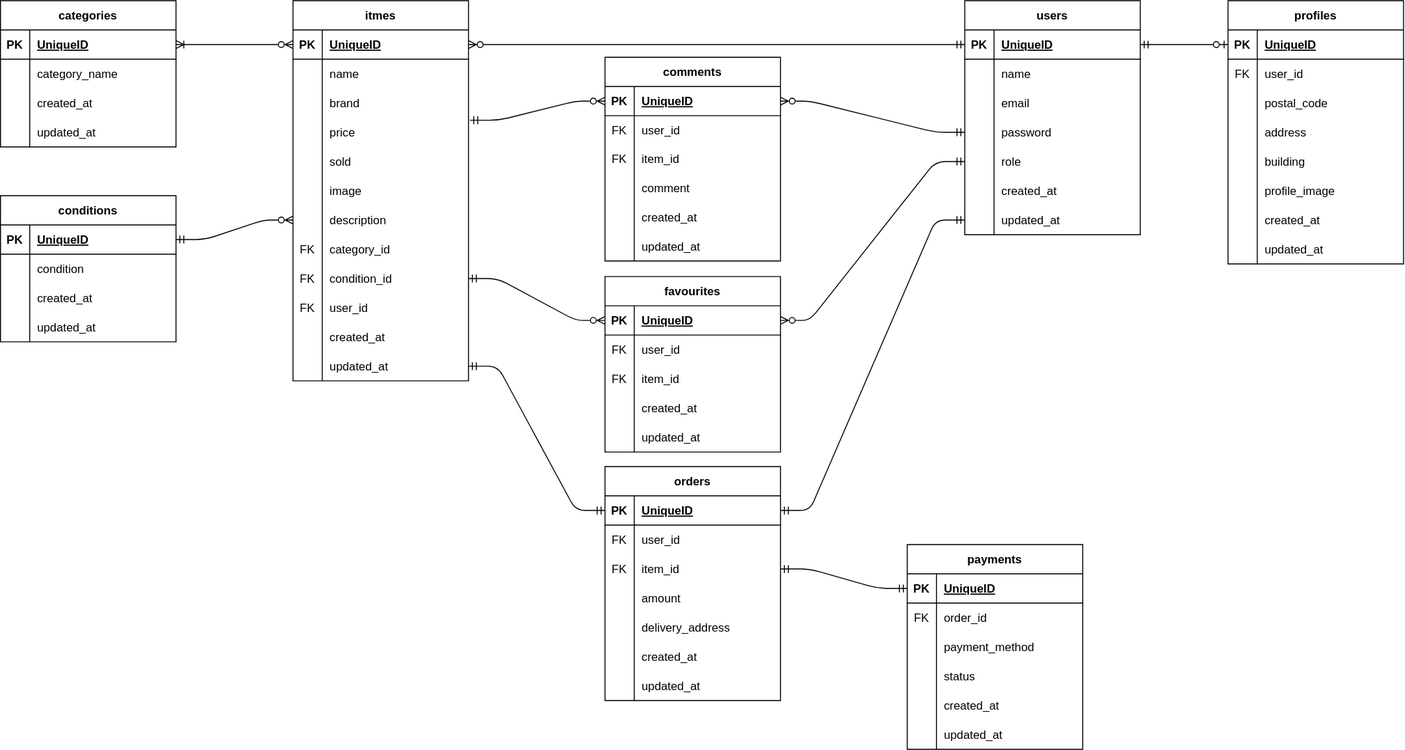
The draw.io diagram index.drawio.svg in MiyokoNakada/20240806_Flea_Market, before a commit. Source tidied: cells renumbered, new cells last; positions are measured from the earlier drawing's top-left corner, leaving out a move shared by most shapes.
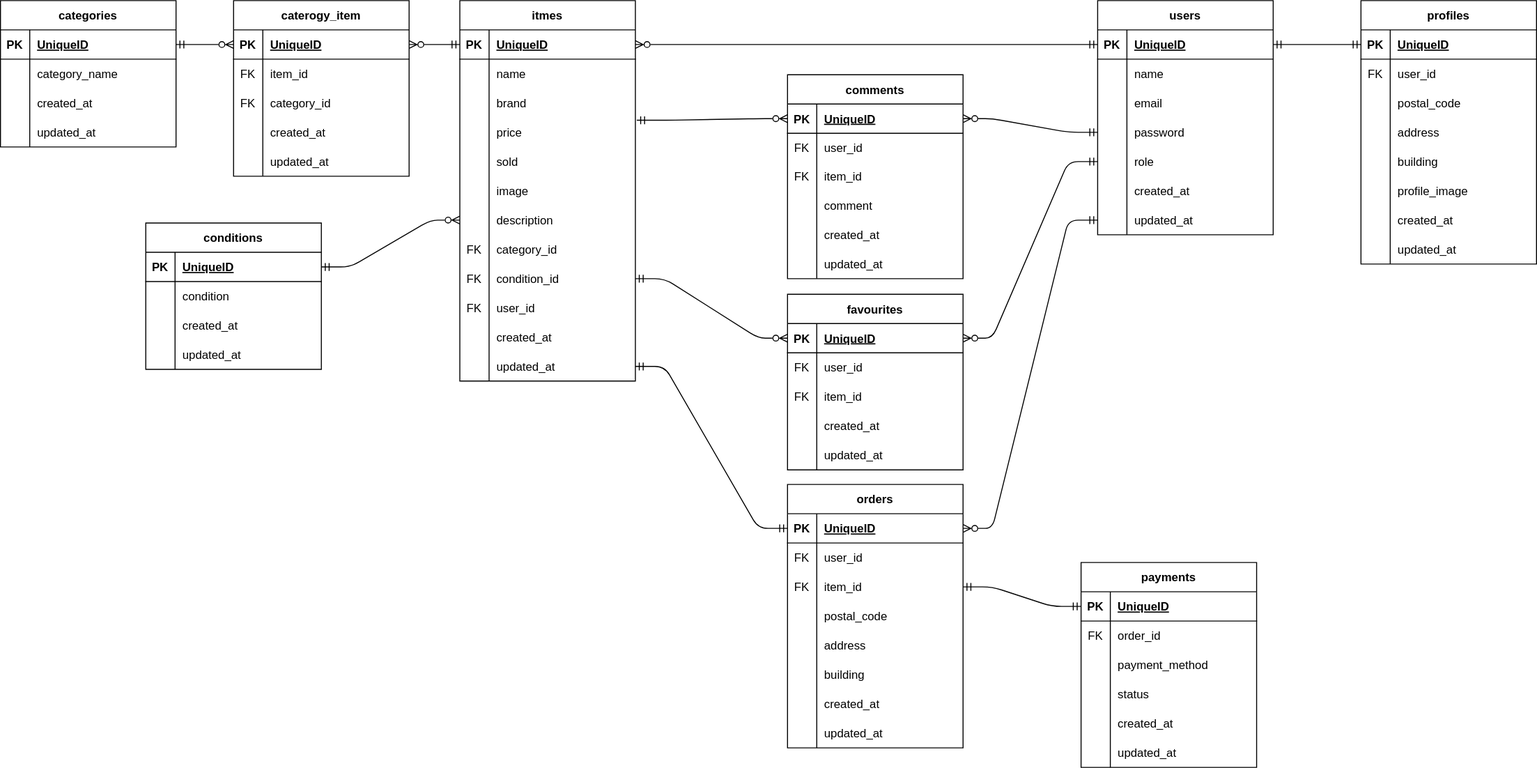
After the commit.

Diff of the diagram source:
```diff
@@ -3,7 +3,7 @@
     <mxCell id="0" />
     <mxCell id="1" parent="0" />
     <mxCell id="2" value="itmes" style="shape=table;startSize=30;rowLines=0;fontStyle=1;align=center;" parent="1" vertex="1">
-      <mxGeometry x="300" width="180" height="390" as="geometry" />
+      <mxGeometry x="335" width="180" height="390" as="geometry" />
     </mxCell>
     <mxCell id="3" style="shape=tableRow;horizontal=0;startSize=0;swimlaneHead=0;swimlaneBody=0;fillColor=none;points=[[0,0.5],[1,0.5]];portConstraint=eastwest;top=0;left=0;right=0;bottom=1;" parent="2" vertex="1">
       <mxGeometry y="30" width="180" height="30" as="geometry" />
@@ -180,7 +180,7 @@
       <mxGeometry x="30" width="150" height="30" as="geometry" />
     </mxCell>
     <mxCell id="61" value="orders" style="shape=table;startSize=30;rowLines=0;fontStyle=1;align=center;" parent="1" vertex="1">
-      <mxGeometry x="620" y="478" width="180" height="240" as="geometry" />
+      <mxGeometry x="671" y="496" width="180" height="270" as="geometry" />
     </mxCell>
     <mxCell id="62" style="shape=tableRow;horizontal=0;startSize=0;swimlaneHead=0;swimlaneBody=0;fillColor=none;points=[[0,0.5],[1,0.5]];portConstraint=eastwest;top=0;left=0;right=0;bottom=1;" parent="61" vertex="1">
       <mxGeometry y="30" width="180" height="30" as="geometry" />
@@ -215,20 +215,29 @@
     <mxCell id="72" style="shape=partialRectangle;fillColor=none;top=0;left=0;bottom=0;right=0;overflow=hidden;" parent="71" vertex="1">
       <mxGeometry width="30" height="30" as="geometry" />
     </mxCell>
-    <mxCell id="73" value="amount" style="shape=partialRectangle;fillColor=none;top=0;left=0;bottom=0;right=0;align=left;spacingLeft=6;overflow=hidden;" parent="71" vertex="1">
+    <mxCell id="73" value="postal_code" style="shape=partialRectangle;fillColor=none;top=0;left=0;bottom=0;right=0;align=left;spacingLeft=6;overflow=hidden;" parent="71" vertex="1">
       <mxGeometry x="30" width="150" height="30" as="geometry" />
     </mxCell>
+    <mxCell id="199" style="shape=tableRow;horizontal=0;startSize=0;swimlaneHead=0;swimlaneBody=0;fillColor=none;top=0;left=0;right=0;bottom=0;" parent="61" vertex="1">
+      <mxGeometry y="150" width="180" height="30" as="geometry" />
+    </mxCell>
+    <mxCell id="200" style="shape=partialRectangle;fillColor=none;top=0;left=0;bottom=0;right=0;overflow=hidden;" parent="199" vertex="1">
+      <mxGeometry width="30" height="30" as="geometry" />
+    </mxCell>
+    <mxCell id="201" value="address" style="shape=partialRectangle;fillColor=none;top=0;left=0;bottom=0;right=0;align=left;spacingLeft=6;overflow=hidden;" parent="199" vertex="1">
+      <mxGeometry x="30" width="150" height="30" as="geometry" />
+    </mxCell>
     <mxCell id="74" style="shape=tableRow;horizontal=0;startSize=0;swimlaneHead=0;swimlaneBody=0;fillColor=none;top=0;left=0;right=0;bottom=0;" parent="61" vertex="1">
-      <mxGeometry y="150" width="180" height="30" as="geometry" />
+      <mxGeometry y="180" width="180" height="30" as="geometry" />
     </mxCell>
     <mxCell id="75" style="shape=partialRectangle;fillColor=none;top=0;left=0;bottom=0;right=0;overflow=hidden;" parent="74" vertex="1">
       <mxGeometry width="30" height="30" as="geometry" />
     </mxCell>
-    <mxCell id="76" value="delivery_address" style="shape=partialRectangle;fillColor=none;top=0;left=0;bottom=0;right=0;align=left;spacingLeft=6;overflow=hidden;" parent="74" vertex="1">
+    <mxCell id="76" value="building" style="shape=partialRectangle;fillColor=none;top=0;left=0;bottom=0;right=0;align=left;spacingLeft=6;overflow=hidden;" parent="74" vertex="1">
       <mxGeometry x="30" width="150" height="30" as="geometry" />
     </mxCell>
     <mxCell id="77" style="shape=tableRow;horizontal=0;startSize=0;swimlaneHead=0;swimlaneBody=0;fillColor=none;top=0;left=0;right=0;bottom=0;" parent="61" vertex="1">
-      <mxGeometry y="180" width="180" height="30" as="geometry" />
+      <mxGeometry y="210" width="180" height="30" as="geometry" />
     </mxCell>
     <mxCell id="78" style="shape=partialRectangle;fillColor=none;top=0;left=0;bottom=0;right=0;overflow=hidden;" parent="77" vertex="1">
       <mxGeometry width="30" height="30" as="geometry" />
@@ -237,7 +246,7 @@
       <mxGeometry x="30" width="150" height="30" as="geometry" />
     </mxCell>
     <mxCell id="80" style="shape=tableRow;horizontal=0;startSize=0;swimlaneHead=0;swimlaneBody=0;fillColor=none;top=0;left=0;right=0;bottom=0;" parent="61" vertex="1">
-      <mxGeometry y="210" width="180" height="30" as="geometry" />
+      <mxGeometry y="240" width="180" height="30" as="geometry" />
     </mxCell>
     <mxCell id="81" style="shape=partialRectangle;fillColor=none;top=0;left=0;bottom=0;right=0;overflow=hidden;" parent="80" vertex="1">
       <mxGeometry width="30" height="30" as="geometry" />
@@ -246,7 +255,7 @@
       <mxGeometry x="30" width="150" height="30" as="geometry" />
     </mxCell>
     <mxCell id="83" value="payments" style="shape=table;startSize=30;rowLines=0;fontStyle=1;align=center;" parent="1" vertex="1">
-      <mxGeometry x="930" y="558" width="180" height="210" as="geometry" />
+      <mxGeometry x="972" y="576" width="180" height="210" as="geometry" />
     </mxCell>
     <mxCell id="84" style="shape=tableRow;horizontal=0;startSize=0;swimlaneHead=0;swimlaneBody=0;fillColor=none;points=[[0,0.5],[1,0.5]];portConstraint=eastwest;top=0;left=0;right=0;bottom=1;" parent="83" vertex="1">
       <mxGeometry y="30" width="180" height="30" as="geometry" />
@@ -303,7 +312,7 @@
       <mxGeometry x="30" width="150" height="30" as="geometry" />
     </mxCell>
     <mxCell id="102" value="comments" style="shape=table;startSize=30;rowLines=0;fontStyle=1;align=center;" parent="1" vertex="1">
-      <mxGeometry x="620" y="58" width="180" height="209" as="geometry" />
+      <mxGeometry x="671" y="76" width="180" height="209" as="geometry" />
     </mxCell>
     <mxCell id="103" style="shape=tableRow;horizontal=0;startSize=0;swimlaneHead=0;swimlaneBody=0;fillColor=none;points=[[0,0.5],[1,0.5]];portConstraint=eastwest;top=0;left=0;right=0;bottom=1;" parent="102" vertex="1">
       <mxGeometry y="30" width="180" height="30" as="geometry" />
@@ -359,8 +368,8 @@
     <mxCell id="120" value="updated_at" style="shape=partialRectangle;fillColor=none;top=0;left=0;bottom=0;right=0;align=left;spacingLeft=6;overflow=hidden;" parent="118" vertex="1">
       <mxGeometry x="30" width="150" height="30" as="geometry" />
     </mxCell>
-    <mxCell id="121" value="categories" style="shape=table;startSize=30;rowLines=0;fontStyle=1;align=center;" parent="1" vertex="1">
-      <mxGeometry width="180" height="150" as="geometry" />
+    <mxCell id="121" value="caterogy_item" style="shape=table;startSize=30;rowLines=0;fontStyle=1;align=center;" parent="1" vertex="1">
+      <mxGeometry x="103" width="180" height="180" as="geometry" />
     </mxCell>
     <mxCell id="122" style="shape=tableRow;horizontal=0;startSize=0;swimlaneHead=0;swimlaneBody=0;fillColor=none;points=[[0,0.5],[1,0.5]];portConstraint=eastwest;top=0;left=0;right=0;bottom=1;" parent="121" vertex="1">
       <mxGeometry y="30" width="180" height="30" as="geometry" />
@@ -374,14 +383,23 @@
     <mxCell id="125" style="shape=tableRow;horizontal=0;startSize=0;swimlaneHead=0;swimlaneBody=0;fillColor=none;top=0;left=0;right=0;bottom=0;" parent="121" vertex="1">
       <mxGeometry y="60" width="180" height="30" as="geometry" />
     </mxCell>
-    <mxCell id="126" style="shape=partialRectangle;fillColor=none;top=0;left=0;bottom=0;right=0;overflow=hidden;" parent="125" vertex="1">
+    <mxCell id="126" value="FK" style="shape=partialRectangle;fillColor=none;top=0;left=0;bottom=0;right=0;overflow=hidden;" parent="125" vertex="1">
       <mxGeometry width="30" height="30" as="geometry" />
     </mxCell>
-    <mxCell id="127" value="category_name" style="shape=partialRectangle;fillColor=none;top=0;left=0;bottom=0;right=0;align=left;spacingLeft=6;overflow=hidden;" parent="125" vertex="1">
+    <mxCell id="127" value="item_id" style="shape=partialRectangle;fillColor=none;top=0;left=0;bottom=0;right=0;align=left;spacingLeft=6;overflow=hidden;" parent="125" vertex="1">
       <mxGeometry x="30" width="150" height="30" as="geometry" />
     </mxCell>
+    <mxCell id="202" style="shape=tableRow;horizontal=0;startSize=0;swimlaneHead=0;swimlaneBody=0;fillColor=none;top=0;left=0;right=0;bottom=0;" parent="121" vertex="1">
+      <mxGeometry y="90" width="180" height="30" as="geometry" />
+    </mxCell>
+    <mxCell id="203" value="FK" style="shape=partialRectangle;fillColor=none;top=0;left=0;bottom=0;right=0;overflow=hidden;" parent="202" vertex="1">
+      <mxGeometry width="30" height="30" as="geometry" />
+    </mxCell>
+    <mxCell id="204" value="category_id" style="shape=partialRectangle;fillColor=none;top=0;left=0;bottom=0;right=0;align=left;spacingLeft=6;overflow=hidden;" parent="202" vertex="1">
+      <mxGeometry x="30" width="150" height="30" as="geometry" />
+    </mxCell>
     <mxCell id="128" style="shape=tableRow;horizontal=0;startSize=0;swimlaneHead=0;swimlaneBody=0;fillColor=none;top=0;left=0;right=0;bottom=0;" parent="121" vertex="1">
-      <mxGeometry y="90" width="180" height="30" as="geometry" />
+      <mxGeometry y="120" width="180" height="30" as="geometry" />
     </mxCell>
     <mxCell id="129" style="shape=partialRectangle;fillColor=none;top=0;left=0;bottom=0;right=0;overflow=hidden;" parent="128" vertex="1">
       <mxGeometry width="30" height="30" as="geometry" />
@@ -390,7 +408,7 @@
       <mxGeometry x="30" width="150" height="30" as="geometry" />
     </mxCell>
     <mxCell id="131" style="shape=tableRow;horizontal=0;startSize=0;swimlaneHead=0;swimlaneBody=0;fillColor=none;top=0;left=0;right=0;bottom=0;" parent="121" vertex="1">
-      <mxGeometry y="120" width="180" height="30" as="geometry" />
+      <mxGeometry y="150" width="180" height="30" as="geometry" />
     </mxCell>
     <mxCell id="132" style="shape=partialRectangle;fillColor=none;top=0;left=0;bottom=0;right=0;overflow=hidden;" parent="131" vertex="1">
       <mxGeometry width="30" height="30" as="geometry" />
@@ -399,7 +417,7 @@
       <mxGeometry x="30" width="150" height="30" as="geometry" />
     </mxCell>
     <mxCell id="134" value="conditions" style="shape=table;startSize=30;rowLines=0;fontStyle=1;align=center;" parent="1" vertex="1">
-      <mxGeometry y="200" width="180" height="150" as="geometry" />
+      <mxGeometry x="13" y="228" width="180" height="150" as="geometry" />
     </mxCell>
     <mxCell id="135" style="shape=tableRow;horizontal=0;startSize=0;swimlaneHead=0;swimlaneBody=0;fillColor=none;points=[[0,0.5],[1,0.5]];portConstraint=eastwest;top=0;left=0;right=0;bottom=1;" parent="134" vertex="1">
       <mxGeometry y="30" width="180" height="30" as="geometry" />
@@ -437,7 +455,7 @@
     <mxCell id="146" value="updated_at" style="shape=partialRectangle;fillColor=none;top=0;left=0;bottom=0;right=0;align=left;spacingLeft=6;overflow=hidden;" parent="144" vertex="1">
       <mxGeometry x="30" width="150" height="30" as="geometry" />
     </mxCell>
-    <mxCell id="147" style="edgeStyle=entityRelationEdgeStyle;fontSize=12;html=1;endArrow=ERzeroToMany;startArrow=ERoneToMany;exitX=1;exitY=0.5;exitDx=0;exitDy=0;entryX=0;entryY=0.5;entryDx=0;entryDy=0;startFill=0;endFill=0;" parent="1" edge="1" source="122" target="3">
+    <mxCell id="147" style="edgeStyle=entityRelationEdgeStyle;fontSize=12;html=1;endArrow=ERmandOne;startArrow=ERzeroToMany;exitX=1;exitY=0.5;exitDx=0;exitDy=0;entryX=0;entryY=0.5;entryDx=0;entryDy=0;startFill=0;endFill=0;" parent="1" edge="1" source="122" target="3">
       <mxGeometry relative="1" as="geometry" />
     </mxCell>
     <mxCell id="148" style="edgeStyle=entityRelationEdgeStyle;fontSize=12;html=1;endArrow=ERzeroToMany;startArrow=ERmandOne;exitX=1;exitY=0.5;exitDx=0;exitDy=0;entryX=0;entryY=0.5;entryDx=0;entryDy=0;startFill=0;endFill=0;" parent="1" edge="1" source="135" target="21">
@@ -455,14 +473,14 @@
     <mxCell id="152" style="edgeStyle=entityRelationEdgeStyle;fontSize=12;html=1;endArrow=ERmandOne;startArrow=ERmandOne;exitX=1;exitY=0.5;exitDx=0;exitDy=0;entryX=0;entryY=0.5;entryDx=0;entryDy=0;startFill=0;endFill=0;" parent="1" edge="1" source="36" target="62">
       <mxGeometry relative="1" as="geometry" />
     </mxCell>
-    <mxCell id="153" style="fontSize=12;html=1;endArrow=ERmandOne;startArrow=ERmandOne;exitX=0;exitY=0.5;exitDx=0;exitDy=0;entryX=1;entryY=0.5;entryDx=0;entryDy=0;startFill=0;endFill=0;edgeStyle=entityRelationEdgeStyle;" parent="1" edge="1" source="58" target="62">
+    <mxCell id="153" style="fontSize=12;html=1;endArrow=ERzeroToMany;startArrow=ERmandOne;exitX=0;exitY=0.5;exitDx=0;exitDy=0;entryX=1;entryY=0.5;entryDx=0;entryDy=0;startFill=0;endFill=0;edgeStyle=entityRelationEdgeStyle;" parent="1" edge="1" source="58" target="62">
       <mxGeometry relative="1" as="geometry" />
     </mxCell>
     <mxCell id="154" style="fontSize=12;html=1;endArrow=ERmandOne;startArrow=ERmandOne;exitX=1;exitY=0.5;exitDx=0;exitDy=0;startFill=0;endFill=0;edgeStyle=entityRelationEdgeStyle;elbow=vertical;entryX=0;entryY=0.5;entryDx=0;entryDy=0;" parent="1" edge="1" source="68" target="84">
       <mxGeometry relative="1" as="geometry" />
     </mxCell>
     <mxCell id="155" value="favourites" style="shape=table;startSize=30;rowLines=0;fontStyle=1;align=center;" parent="1" vertex="1">
-      <mxGeometry x="620" y="283" width="180" height="180" as="geometry" />
+      <mxGeometry x="671" y="301" width="180" height="180" as="geometry" />
     </mxCell>
     <mxCell id="156" style="shape=tableRow;horizontal=0;startSize=0;swimlaneHead=0;swimlaneBody=0;fillColor=none;points=[[0,0.5],[1,0.5]];portConstraint=eastwest;top=0;left=0;right=0;bottom=1;" parent="155" vertex="1">
       <mxGeometry y="30" width="180" height="30" as="geometry" />
@@ -590,8 +608,50 @@
     <mxCell id="197" value="updated_at" style="shape=partialRectangle;fillColor=none;top=0;left=0;bottom=0;right=0;align=left;spacingLeft=6;overflow=hidden;" parent="195" vertex="1">
       <mxGeometry x="30" width="150" height="30" as="geometry" />
     </mxCell>
-    <mxCell id="198" style="edgeStyle=entityRelationEdgeStyle;fontSize=12;html=1;endArrow=ERzeroToOne;startArrow=ERmandOne;exitX=1;exitY=0.5;exitDx=0;exitDy=0;entryX=0;entryY=0.5;entryDx=0;entryDy=0;startFill=0;endFill=0;" parent="1" edge="1" source="40" target="174">
+    <mxCell id="198" style="edgeStyle=entityRelationEdgeStyle;fontSize=12;html=1;endArrow=ERmandOne;startArrow=ERmandOne;exitX=1;exitY=0.5;exitDx=0;exitDy=0;entryX=0;entryY=0.5;entryDx=0;entryDy=0;startFill=0;endFill=0;" parent="1" edge="1" source="40" target="174">
       <mxGeometry relative="1" as="geometry" />
     </mxCell>
+    <mxCell id="205" value="categories" style="shape=table;startSize=30;rowLines=0;fontStyle=1;align=center;" parent="1" vertex="1">
+      <mxGeometry x="-136" width="180" height="150" as="geometry" />
+    </mxCell>
+    <mxCell id="206" style="shape=tableRow;horizontal=0;startSize=0;swimlaneHead=0;swimlaneBody=0;fillColor=none;points=[[0,0.5],[1,0.5]];portConstraint=eastwest;top=0;left=0;right=0;bottom=1;" parent="205" vertex="1">
+      <mxGeometry y="30" width="180" height="30" as="geometry" />
+    </mxCell>
+    <mxCell id="207" value="PK" style="shape=partialRectangle;fillColor=none;top=0;left=0;bottom=0;right=0;fontStyle=1;overflow=hidden;" parent="206" vertex="1">
+      <mxGeometry width="30" height="30" as="geometry" />
+    </mxCell>
+    <mxCell id="208" value="UniqueID" style="shape=partialRectangle;fillColor=none;top=0;left=0;bottom=0;right=0;align=left;spacingLeft=6;fontStyle=5;overflow=hidden;" parent="206" vertex="1">
+      <mxGeometry x="30" width="150" height="30" as="geometry" />
+    </mxCell>
+    <mxCell id="209" style="shape=tableRow;horizontal=0;startSize=0;swimlaneHead=0;swimlaneBody=0;fillColor=none;top=0;left=0;right=0;bottom=0;" parent="205" vertex="1">
+      <mxGeometry y="60" width="180" height="30" as="geometry" />
+    </mxCell>
+    <mxCell id="210" style="shape=partialRectangle;fillColor=none;top=0;left=0;bottom=0;right=0;overflow=hidden;" parent="209" vertex="1">
+      <mxGeometry width="30" height="30" as="geometry" />
+    </mxCell>
+    <mxCell id="211" value="category_name" style="shape=partialRectangle;fillColor=none;top=0;left=0;bottom=0;right=0;align=left;spacingLeft=6;overflow=hidden;" parent="209" vertex="1">
+      <mxGeometry x="30" width="150" height="30" as="geometry" />
+    </mxCell>
+    <mxCell id="212" style="shape=tableRow;horizontal=0;startSize=0;swimlaneHead=0;swimlaneBody=0;fillColor=none;top=0;left=0;right=0;bottom=0;" parent="205" vertex="1">
+      <mxGeometry y="90" width="180" height="30" as="geometry" />
+    </mxCell>
+    <mxCell id="213" style="shape=partialRectangle;fillColor=none;top=0;left=0;bottom=0;right=0;overflow=hidden;" parent="212" vertex="1">
+      <mxGeometry width="30" height="30" as="geometry" />
+    </mxCell>
+    <mxCell id="214" value="created_at" style="shape=partialRectangle;fillColor=none;top=0;left=0;bottom=0;right=0;align=left;spacingLeft=6;overflow=hidden;" parent="212" vertex="1">
+      <mxGeometry x="30" width="150" height="30" as="geometry" />
+    </mxCell>
+    <mxCell id="215" style="shape=tableRow;horizontal=0;startSize=0;swimlaneHead=0;swimlaneBody=0;fillColor=none;top=0;left=0;right=0;bottom=0;" parent="205" vertex="1">
+      <mxGeometry y="120" width="180" height="30" as="geometry" />
+    </mxCell>
+    <mxCell id="216" style="shape=partialRectangle;fillColor=none;top=0;left=0;bottom=0;right=0;overflow=hidden;" parent="215" vertex="1">
+      <mxGeometry width="30" height="30" as="geometry" />
+    </mxCell>
+    <mxCell id="217" value="updated_at" style="shape=partialRectangle;fillColor=none;top=0;left=0;bottom=0;right=0;align=left;spacingLeft=6;overflow=hidden;" parent="215" vertex="1">
+      <mxGeometry x="30" width="150" height="30" as="geometry" />
+    </mxCell>
+    <mxCell id="218" style="edgeStyle=entityRelationEdgeStyle;fontSize=12;html=1;endArrow=ERzeroToMany;startArrow=ERmandOne;exitX=1;exitY=0.5;exitDx=0;exitDy=0;entryX=0;entryY=0.5;entryDx=0;entryDy=0;startFill=0;endFill=0;" parent="1" edge="1" source="206" target="122">
+      <mxGeometry relative="1" as="geometry" />
+    </mxCell>
   </root>
 </mxGraphModel>
```
